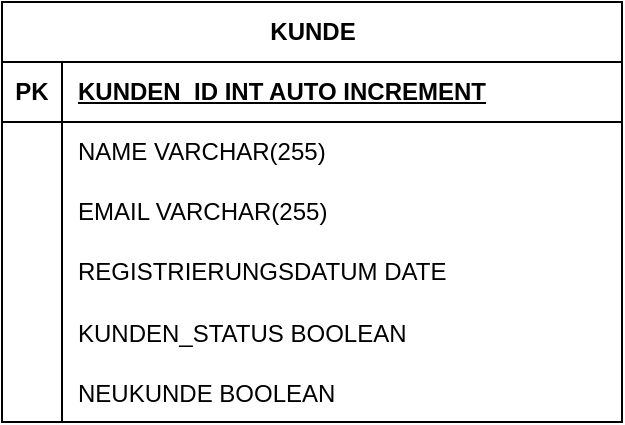
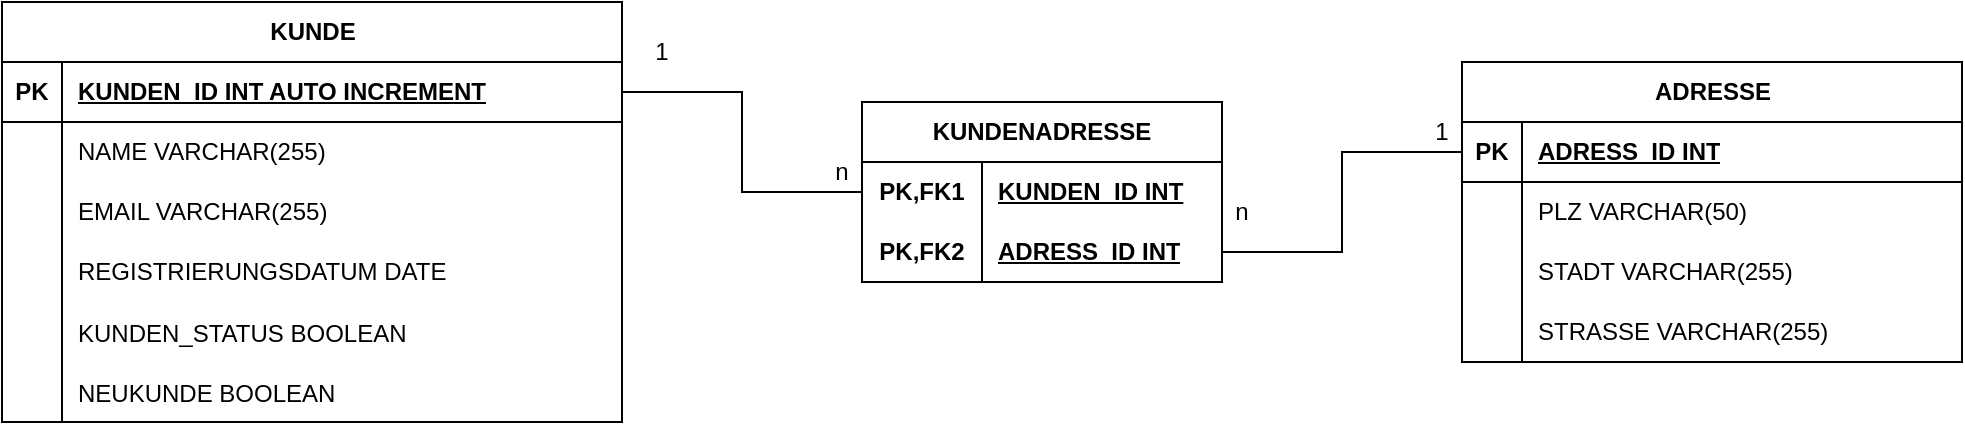
<mxfile host="app.diagrams.net" agent="Mozilla/5.0 (Windows NT 10.0; Win64; x64) AppleWebKit/537.36 (KHTML, like Gecko) Chrome/148.0.0.0 Safari/537.36" version="29.3.6">
  <diagram name="Seite-1" id="esvDzkoCngcDTCUIbyGO">
    <mxGraphModel dx="1426" dy="819" grid="1" gridSize="10" guides="1" tooltips="1" connect="1" arrows="0" fold="1" page="1" pageScale="1" pageWidth="1169" pageHeight="827" math="0" shadow="0">
      <root>
        <mxCell id="0" />
        <mxCell id="1" parent="0" />
        <mxCell id="OSuL8ul5mMlBHbAn7jXh-1" parent="1" style="shape=table;startSize=30;container=1;collapsible=1;childLayout=tableLayout;fixedRows=1;rowLines=0;fontStyle=1;align=center;resizeLast=1;html=1;" value="KUNDE" vertex="1">
-           <mxGeometry height="210" width="310" x="260" y="110" as="geometry" />
+           <mxGeometry height="210" width="310" x="50" y="110" as="geometry" />
        </mxCell>
        <mxCell id="OSuL8ul5mMlBHbAn7jXh-2" parent="OSuL8ul5mMlBHbAn7jXh-1" style="shape=tableRow;horizontal=0;startSize=0;swimlaneHead=0;swimlaneBody=0;fillColor=none;collapsible=0;dropTarget=0;points=[[0,0.5],[1,0.5]];portConstraint=eastwest;top=0;left=0;right=0;bottom=1;" value="" vertex="1">
          <mxGeometry height="30" width="310" y="30" as="geometry" />
        </mxCell>
        <mxCell id="OSuL8ul5mMlBHbAn7jXh-3" parent="OSuL8ul5mMlBHbAn7jXh-2" style="shape=partialRectangle;connectable=0;fillColor=none;top=0;left=0;bottom=0;right=0;fontStyle=1;overflow=hidden;whiteSpace=wrap;html=1;" value="PK" vertex="1">
          <mxGeometry height="30" width="30" as="geometry">
            <mxRectangle height="30" width="30" as="alternateBounds" />
          </mxGeometry>
        </mxCell>
        <mxCell id="OSuL8ul5mMlBHbAn7jXh-4" parent="OSuL8ul5mMlBHbAn7jXh-2" style="shape=partialRectangle;connectable=0;fillColor=none;top=0;left=0;bottom=0;right=0;align=left;spacingLeft=6;fontStyle=5;overflow=hidden;whiteSpace=wrap;html=1;" value="KUNDEN_ID INT AUTO INCREMENT" vertex="1">
          <mxGeometry height="30" width="280" x="30" as="geometry">
            <mxRectangle height="30" width="280" as="alternateBounds" />
          </mxGeometry>
        </mxCell>
        <mxCell id="OSuL8ul5mMlBHbAn7jXh-5" parent="OSuL8ul5mMlBHbAn7jXh-1" style="shape=tableRow;horizontal=0;startSize=0;swimlaneHead=0;swimlaneBody=0;fillColor=none;collapsible=0;dropTarget=0;points=[[0,0.5],[1,0.5]];portConstraint=eastwest;top=0;left=0;right=0;bottom=0;" value="" vertex="1">
          <mxGeometry height="30" width="310" y="60" as="geometry" />
        </mxCell>
        <mxCell id="OSuL8ul5mMlBHbAn7jXh-6" parent="OSuL8ul5mMlBHbAn7jXh-5" style="shape=partialRectangle;connectable=0;fillColor=none;top=0;left=0;bottom=0;right=0;editable=1;overflow=hidden;whiteSpace=wrap;html=1;" value="" vertex="1">
          <mxGeometry height="30" width="30" as="geometry">
            <mxRectangle height="30" width="30" as="alternateBounds" />
          </mxGeometry>
        </mxCell>
        <mxCell id="OSuL8ul5mMlBHbAn7jXh-7" parent="OSuL8ul5mMlBHbAn7jXh-5" style="shape=partialRectangle;connectable=0;fillColor=none;top=0;left=0;bottom=0;right=0;align=left;spacingLeft=6;overflow=hidden;whiteSpace=wrap;html=1;" value="NAME VARCHAR(255&lt;span style=&quot;background-color: transparent; color: light-dark(rgb(0, 0, 0), rgb(255, 255, 255));&quot;&gt;)&amp;nbsp;&lt;/span&gt;" vertex="1">
          <mxGeometry height="30" width="280" x="30" as="geometry">
            <mxRectangle height="30" width="280" as="alternateBounds" />
          </mxGeometry>
        </mxCell>
        <mxCell id="OSuL8ul5mMlBHbAn7jXh-8" parent="OSuL8ul5mMlBHbAn7jXh-1" style="shape=tableRow;horizontal=0;startSize=0;swimlaneHead=0;swimlaneBody=0;fillColor=none;collapsible=0;dropTarget=0;points=[[0,0.5],[1,0.5]];portConstraint=eastwest;top=0;left=0;right=0;bottom=0;" value="" vertex="1">
          <mxGeometry height="30" width="310" y="90" as="geometry" />
        </mxCell>
        <mxCell id="OSuL8ul5mMlBHbAn7jXh-9" parent="OSuL8ul5mMlBHbAn7jXh-8" style="shape=partialRectangle;connectable=0;fillColor=none;top=0;left=0;bottom=0;right=0;editable=1;overflow=hidden;whiteSpace=wrap;html=1;" value="" vertex="1">
          <mxGeometry height="30" width="30" as="geometry">
            <mxRectangle height="30" width="30" as="alternateBounds" />
          </mxGeometry>
        </mxCell>
        <mxCell id="OSuL8ul5mMlBHbAn7jXh-10" parent="OSuL8ul5mMlBHbAn7jXh-8" style="shape=partialRectangle;connectable=0;fillColor=none;top=0;left=0;bottom=0;right=0;align=left;spacingLeft=6;overflow=hidden;whiteSpace=wrap;html=1;" value="EMAIL VARCHAR(255)" vertex="1">
          <mxGeometry height="30" width="280" x="30" as="geometry">
            <mxRectangle height="30" width="280" as="alternateBounds" />
          </mxGeometry>
        </mxCell>
        <mxCell id="OSuL8ul5mMlBHbAn7jXh-11" parent="OSuL8ul5mMlBHbAn7jXh-1" style="shape=tableRow;horizontal=0;startSize=0;swimlaneHead=0;swimlaneBody=0;fillColor=none;collapsible=0;dropTarget=0;points=[[0,0.5],[1,0.5]];portConstraint=eastwest;top=0;left=0;right=0;bottom=0;" value="" vertex="1">
          <mxGeometry height="30" width="310" y="120" as="geometry" />
        </mxCell>
        <mxCell id="OSuL8ul5mMlBHbAn7jXh-12" parent="OSuL8ul5mMlBHbAn7jXh-11" style="shape=partialRectangle;connectable=0;fillColor=none;top=0;left=0;bottom=0;right=0;editable=1;overflow=hidden;whiteSpace=wrap;html=1;" value="" vertex="1">
          <mxGeometry height="30" width="30" as="geometry">
            <mxRectangle height="30" width="30" as="alternateBounds" />
          </mxGeometry>
        </mxCell>
        <mxCell id="OSuL8ul5mMlBHbAn7jXh-13" parent="OSuL8ul5mMlBHbAn7jXh-11" style="shape=partialRectangle;connectable=0;fillColor=none;top=0;left=0;bottom=0;right=0;align=left;spacingLeft=6;overflow=hidden;whiteSpace=wrap;html=1;" value="REGISTRIERUNGSDATUM DATE" vertex="1">
          <mxGeometry height="30" width="280" x="30" as="geometry">
            <mxRectangle height="30" width="280" as="alternateBounds" />
          </mxGeometry>
        </mxCell>
        <mxCell id="OSuL8ul5mMlBHbAn7jXh-14" parent="OSuL8ul5mMlBHbAn7jXh-1" style="shape=tableRow;horizontal=0;startSize=0;swimlaneHead=0;swimlaneBody=0;fillColor=none;collapsible=0;dropTarget=0;points=[[0,0.5],[1,0.5]];portConstraint=eastwest;top=0;left=0;right=0;bottom=0;" value="" vertex="1">
          <mxGeometry height="30" width="310" y="150" as="geometry" />
        </mxCell>
        <mxCell id="OSuL8ul5mMlBHbAn7jXh-15" parent="OSuL8ul5mMlBHbAn7jXh-14" style="shape=partialRectangle;connectable=0;fillColor=none;top=0;left=0;bottom=0;right=0;editable=1;overflow=hidden;" value="" vertex="1">
          <mxGeometry height="30" width="30" as="geometry">
            <mxRectangle height="30" width="30" as="alternateBounds" />
          </mxGeometry>
        </mxCell>
        <mxCell id="OSuL8ul5mMlBHbAn7jXh-16" parent="OSuL8ul5mMlBHbAn7jXh-14" style="shape=partialRectangle;connectable=0;fillColor=none;top=0;left=0;bottom=0;right=0;align=left;spacingLeft=6;overflow=hidden;" value="KUNDEN_STATUS BOOLEAN" vertex="1">
          <mxGeometry height="30" width="280" x="30" as="geometry">
            <mxRectangle height="30" width="280" as="alternateBounds" />
          </mxGeometry>
        </mxCell>
        <mxCell id="OSuL8ul5mMlBHbAn7jXh-17" parent="OSuL8ul5mMlBHbAn7jXh-1" style="shape=tableRow;horizontal=0;startSize=0;swimlaneHead=0;swimlaneBody=0;fillColor=none;collapsible=0;dropTarget=0;points=[[0,0.5],[1,0.5]];portConstraint=eastwest;top=0;left=0;right=0;bottom=0;" value="" vertex="1">
          <mxGeometry height="30" width="310" y="180" as="geometry" />
        </mxCell>
        <mxCell id="OSuL8ul5mMlBHbAn7jXh-18" parent="OSuL8ul5mMlBHbAn7jXh-17" style="shape=partialRectangle;connectable=0;fillColor=none;top=0;left=0;bottom=0;right=0;editable=1;overflow=hidden;" value="" vertex="1">
          <mxGeometry height="30" width="30" as="geometry">
            <mxRectangle height="30" width="30" as="alternateBounds" />
          </mxGeometry>
        </mxCell>
        <mxCell id="OSuL8ul5mMlBHbAn7jXh-19" parent="OSuL8ul5mMlBHbAn7jXh-17" style="shape=partialRectangle;connectable=0;fillColor=none;top=0;left=0;bottom=0;right=0;align=left;spacingLeft=6;overflow=hidden;" value="NEUKUNDE BOOLEAN" vertex="1">
          <mxGeometry height="30" width="280" x="30" as="geometry">
            <mxRectangle height="30" width="280" as="alternateBounds" />
          </mxGeometry>
        </mxCell>
+         <mxCell id="OSuL8ul5mMlBHbAn7jXh-21" parent="1" style="shape=table;startSize=30;container=1;collapsible=1;childLayout=tableLayout;fixedRows=1;rowLines=0;fontStyle=1;align=center;resizeLast=1;html=1;" value="ADRESSE" vertex="1">
+           <mxGeometry height="150" width="250" x="780" y="140" as="geometry" />
+         </mxCell>
+         <mxCell id="OSuL8ul5mMlBHbAn7jXh-22" parent="OSuL8ul5mMlBHbAn7jXh-21" style="shape=tableRow;horizontal=0;startSize=0;swimlaneHead=0;swimlaneBody=0;fillColor=none;collapsible=0;dropTarget=0;points=[[0,0.5],[1,0.5]];portConstraint=eastwest;top=0;left=0;right=0;bottom=1;" value="" vertex="1">
+           <mxGeometry height="30" width="250" y="30" as="geometry" />
+         </mxCell>
+         <mxCell id="OSuL8ul5mMlBHbAn7jXh-23" parent="OSuL8ul5mMlBHbAn7jXh-22" style="shape=partialRectangle;connectable=0;fillColor=none;top=0;left=0;bottom=0;right=0;fontStyle=1;overflow=hidden;whiteSpace=wrap;html=1;" value="PK" vertex="1">
+           <mxGeometry height="30" width="30" as="geometry">
+             <mxRectangle height="30" width="30" as="alternateBounds" />
+           </mxGeometry>
+         </mxCell>
+         <mxCell id="OSuL8ul5mMlBHbAn7jXh-24" parent="OSuL8ul5mMlBHbAn7jXh-22" style="shape=partialRectangle;connectable=0;fillColor=none;top=0;left=0;bottom=0;right=0;align=left;spacingLeft=6;fontStyle=5;overflow=hidden;whiteSpace=wrap;html=1;" value="ADRESS_ID INT" vertex="1">
+           <mxGeometry height="30" width="220" x="30" as="geometry">
+             <mxRectangle height="30" width="220" as="alternateBounds" />
+           </mxGeometry>
+         </mxCell>
+         <mxCell id="OSuL8ul5mMlBHbAn7jXh-25" parent="OSuL8ul5mMlBHbAn7jXh-21" style="shape=tableRow;horizontal=0;startSize=0;swimlaneHead=0;swimlaneBody=0;fillColor=none;collapsible=0;dropTarget=0;points=[[0,0.5],[1,0.5]];portConstraint=eastwest;top=0;left=0;right=0;bottom=0;" value="" vertex="1">
+           <mxGeometry height="30" width="250" y="60" as="geometry" />
+         </mxCell>
+         <mxCell id="OSuL8ul5mMlBHbAn7jXh-26" parent="OSuL8ul5mMlBHbAn7jXh-25" style="shape=partialRectangle;connectable=0;fillColor=none;top=0;left=0;bottom=0;right=0;editable=1;overflow=hidden;whiteSpace=wrap;html=1;" value="" vertex="1">
+           <mxGeometry height="30" width="30" as="geometry">
+             <mxRectangle height="30" width="30" as="alternateBounds" />
+           </mxGeometry>
+         </mxCell>
+         <mxCell id="OSuL8ul5mMlBHbAn7jXh-27" parent="OSuL8ul5mMlBHbAn7jXh-25" style="shape=partialRectangle;connectable=0;fillColor=none;top=0;left=0;bottom=0;right=0;align=left;spacingLeft=6;overflow=hidden;whiteSpace=wrap;html=1;" value="PLZ VARCHAR(50&lt;span style=&quot;background-color: transparent; color: light-dark(rgb(0, 0, 0), rgb(255, 255, 255));&quot;&gt;)&amp;nbsp;&lt;/span&gt;" vertex="1">
+           <mxGeometry height="30" width="220" x="30" as="geometry">
+             <mxRectangle height="30" width="220" as="alternateBounds" />
+           </mxGeometry>
+         </mxCell>
+         <mxCell id="OSuL8ul5mMlBHbAn7jXh-28" parent="OSuL8ul5mMlBHbAn7jXh-21" style="shape=tableRow;horizontal=0;startSize=0;swimlaneHead=0;swimlaneBody=0;fillColor=none;collapsible=0;dropTarget=0;points=[[0,0.5],[1,0.5]];portConstraint=eastwest;top=0;left=0;right=0;bottom=0;" value="" vertex="1">
+           <mxGeometry height="30" width="250" y="90" as="geometry" />
+         </mxCell>
+         <mxCell id="OSuL8ul5mMlBHbAn7jXh-29" parent="OSuL8ul5mMlBHbAn7jXh-28" style="shape=partialRectangle;connectable=0;fillColor=none;top=0;left=0;bottom=0;right=0;editable=1;overflow=hidden;whiteSpace=wrap;html=1;" value="" vertex="1">
+           <mxGeometry height="30" width="30" as="geometry">
+             <mxRectangle height="30" width="30" as="alternateBounds" />
+           </mxGeometry>
+         </mxCell>
+         <mxCell id="OSuL8ul5mMlBHbAn7jXh-30" parent="OSuL8ul5mMlBHbAn7jXh-28" style="shape=partialRectangle;connectable=0;fillColor=none;top=0;left=0;bottom=0;right=0;align=left;spacingLeft=6;overflow=hidden;whiteSpace=wrap;html=1;" value="STADT VARCHAR(255)" vertex="1">
+           <mxGeometry height="30" width="220" x="30" as="geometry">
+             <mxRectangle height="30" width="220" as="alternateBounds" />
+           </mxGeometry>
+         </mxCell>
+         <mxCell id="OSuL8ul5mMlBHbAn7jXh-31" parent="OSuL8ul5mMlBHbAn7jXh-21" style="shape=tableRow;horizontal=0;startSize=0;swimlaneHead=0;swimlaneBody=0;fillColor=none;collapsible=0;dropTarget=0;points=[[0,0.5],[1,0.5]];portConstraint=eastwest;top=0;left=0;right=0;bottom=0;" value="" vertex="1">
+           <mxGeometry height="30" width="250" y="120" as="geometry" />
+         </mxCell>
+         <mxCell id="OSuL8ul5mMlBHbAn7jXh-32" parent="OSuL8ul5mMlBHbAn7jXh-31" style="shape=partialRectangle;connectable=0;fillColor=none;top=0;left=0;bottom=0;right=0;editable=1;overflow=hidden;whiteSpace=wrap;html=1;" value="" vertex="1">
+           <mxGeometry height="30" width="30" as="geometry">
+             <mxRectangle height="30" width="30" as="alternateBounds" />
+           </mxGeometry>
+         </mxCell>
+         <mxCell id="OSuL8ul5mMlBHbAn7jXh-33" parent="OSuL8ul5mMlBHbAn7jXh-31" style="shape=partialRectangle;connectable=0;fillColor=none;top=0;left=0;bottom=0;right=0;align=left;spacingLeft=6;overflow=hidden;whiteSpace=wrap;html=1;" value="STRASSE VARCHAR(255)" vertex="1">
+           <mxGeometry height="30" width="220" x="30" as="geometry">
+             <mxRectangle height="30" width="220" as="alternateBounds" />
+           </mxGeometry>
+         </mxCell>
+         <mxCell id="OSuL8ul5mMlBHbAn7jXh-34" parent="1" style="shape=table;startSize=30;container=1;collapsible=1;childLayout=tableLayout;fixedRows=1;rowLines=0;fontStyle=1;align=center;resizeLast=1;html=1;whiteSpace=wrap;" value="KUNDENADRESSE" vertex="1">
+           <mxGeometry height="90" width="180" x="480" y="160" as="geometry" />
+         </mxCell>
+         <mxCell id="OSuL8ul5mMlBHbAn7jXh-35" parent="OSuL8ul5mMlBHbAn7jXh-34" style="shape=tableRow;horizontal=0;startSize=0;swimlaneHead=0;swimlaneBody=0;fillColor=none;collapsible=0;dropTarget=0;points=[[0,0.5],[1,0.5]];portConstraint=eastwest;top=0;left=0;right=0;bottom=0;html=1;" value="" vertex="1">
+           <mxGeometry height="30" width="180" y="30" as="geometry" />
+         </mxCell>
+         <mxCell id="OSuL8ul5mMlBHbAn7jXh-36" parent="OSuL8ul5mMlBHbAn7jXh-35" style="shape=partialRectangle;connectable=0;fillColor=none;top=0;left=0;bottom=0;right=0;fontStyle=1;overflow=hidden;html=1;whiteSpace=wrap;" value="PK,FK1" vertex="1">
+           <mxGeometry height="30" width="60" as="geometry">
+             <mxRectangle height="30" width="60" as="alternateBounds" />
+           </mxGeometry>
+         </mxCell>
+         <mxCell id="OSuL8ul5mMlBHbAn7jXh-37" parent="OSuL8ul5mMlBHbAn7jXh-35" style="shape=partialRectangle;connectable=0;fillColor=none;top=0;left=0;bottom=0;right=0;align=left;spacingLeft=6;fontStyle=5;overflow=hidden;html=1;whiteSpace=wrap;" value="KUNDEN_ID INT" vertex="1">
+           <mxGeometry height="30" width="120" x="60" as="geometry">
+             <mxRectangle height="30" width="120" as="alternateBounds" />
+           </mxGeometry>
+         </mxCell>
+         <mxCell id="OSuL8ul5mMlBHbAn7jXh-38" parent="OSuL8ul5mMlBHbAn7jXh-34" style="shape=tableRow;horizontal=0;startSize=0;swimlaneHead=0;swimlaneBody=0;fillColor=none;collapsible=0;dropTarget=0;points=[[0,0.5],[1,0.5]];portConstraint=eastwest;top=0;left=0;right=0;bottom=1;html=1;" value="" vertex="1">
+           <mxGeometry height="30" width="180" y="60" as="geometry" />
+         </mxCell>
+         <mxCell id="OSuL8ul5mMlBHbAn7jXh-39" parent="OSuL8ul5mMlBHbAn7jXh-38" style="shape=partialRectangle;connectable=0;fillColor=none;top=0;left=0;bottom=0;right=0;fontStyle=1;overflow=hidden;html=1;whiteSpace=wrap;" value="PK,FK2" vertex="1">
+           <mxGeometry height="30" width="60" as="geometry">
+             <mxRectangle height="30" width="60" as="alternateBounds" />
+           </mxGeometry>
+         </mxCell>
+         <mxCell id="OSuL8ul5mMlBHbAn7jXh-40" parent="OSuL8ul5mMlBHbAn7jXh-38" style="shape=partialRectangle;connectable=0;fillColor=none;top=0;left=0;bottom=0;right=0;align=left;spacingLeft=6;fontStyle=5;overflow=hidden;html=1;whiteSpace=wrap;" value="ADRESS_ID INT" vertex="1">
+           <mxGeometry height="30" width="120" x="60" as="geometry">
+             <mxRectangle height="30" width="120" as="alternateBounds" />
+           </mxGeometry>
+         </mxCell>
+         <mxCell id="OSuL8ul5mMlBHbAn7jXh-47" edge="1" parent="1" source="OSuL8ul5mMlBHbAn7jXh-2" style="edgeStyle=orthogonalEdgeStyle;rounded=0;orthogonalLoop=1;jettySize=auto;html=1;exitX=1;exitY=0.5;exitDx=0;exitDy=0;entryX=0;entryY=0.5;entryDx=0;entryDy=0;endArrow=none;endFill=0;" target="OSuL8ul5mMlBHbAn7jXh-35">
+           <mxGeometry relative="1" as="geometry" />
+         </mxCell>
+         <mxCell id="OSuL8ul5mMlBHbAn7jXh-48" edge="1" parent="1" source="OSuL8ul5mMlBHbAn7jXh-22" style="edgeStyle=orthogonalEdgeStyle;rounded=0;orthogonalLoop=1;jettySize=auto;html=1;exitX=0;exitY=0.5;exitDx=0;exitDy=0;entryX=1;entryY=0.5;entryDx=0;entryDy=0;endArrow=none;endFill=0;" target="OSuL8ul5mMlBHbAn7jXh-38">
+           <mxGeometry relative="1" as="geometry" />
+         </mxCell>
+         <mxCell id="OSuL8ul5mMlBHbAn7jXh-49" parent="1" style="text;html=1;whiteSpace=wrap;strokeColor=none;fillColor=none;align=center;verticalAlign=middle;rounded=0;" value="1" vertex="1">
+           <mxGeometry height="30" width="60" x="350" y="120" as="geometry" />
+         </mxCell>
+         <mxCell id="OSuL8ul5mMlBHbAn7jXh-50" parent="1" style="text;html=1;whiteSpace=wrap;strokeColor=none;fillColor=none;align=center;verticalAlign=middle;rounded=0;" value="n" vertex="1">
+           <mxGeometry height="30" width="60" x="440" y="180" as="geometry" />
+         </mxCell>
+         <mxCell id="OSuL8ul5mMlBHbAn7jXh-51" parent="1" style="text;html=1;whiteSpace=wrap;strokeColor=none;fillColor=none;align=center;verticalAlign=middle;rounded=0;" value="1" vertex="1">
+           <mxGeometry height="30" width="60" x="740" y="160" as="geometry" />
+         </mxCell>
+         <mxCell id="OSuL8ul5mMlBHbAn7jXh-52" parent="1" style="text;html=1;whiteSpace=wrap;strokeColor=none;fillColor=none;align=center;verticalAlign=middle;rounded=0;" value="n" vertex="1">
+           <mxGeometry height="30" width="60" x="640" y="200" as="geometry" />
+         </mxCell>
      </root>
    </mxGraphModel>
  </diagram>
</mxfile>
